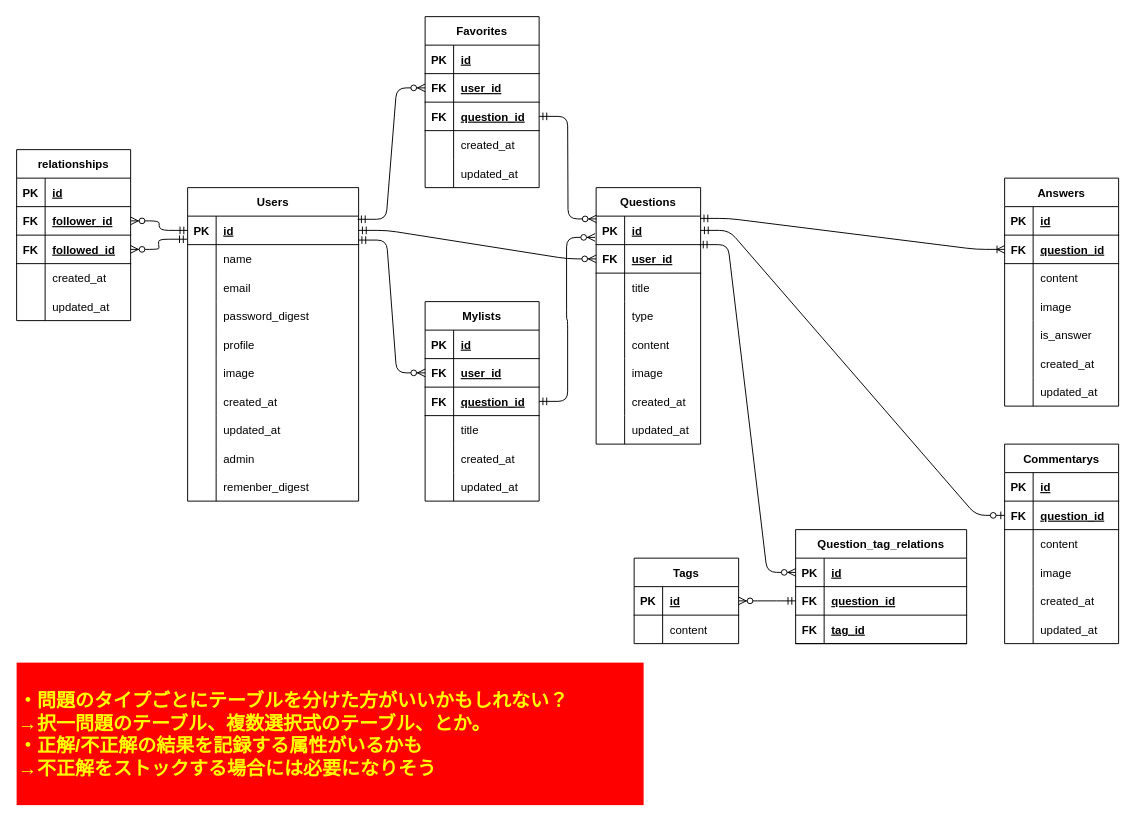
amatoosan/my_portfolio keeps this draw.io diagram as ER.drawio. Above is the earlier version. Source tidied: cells renumbered, new cells numbered last; positions are measured from the earlier drawing's top-left corner, leaving out a move shared by most shapes. Both pictures are drawn from the tidied source at 95%, with x=0, y=0 at pixel (16, 16).
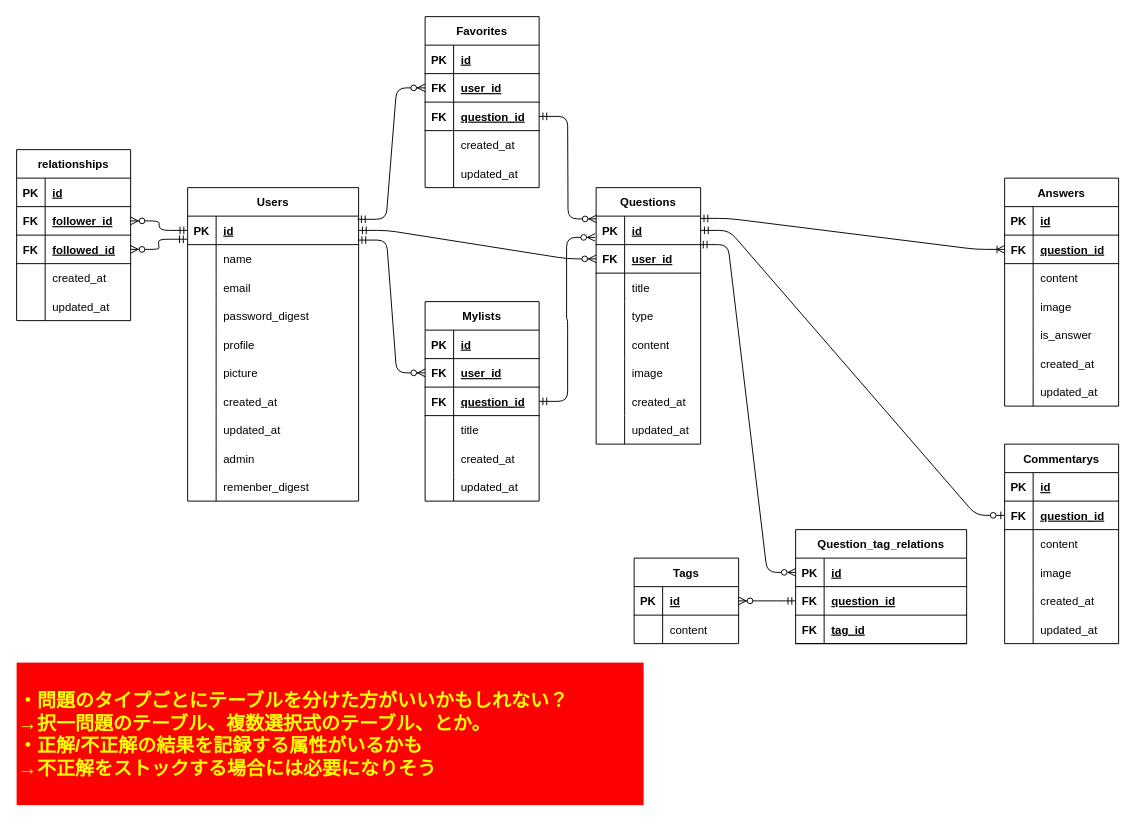
The same diagram, later.

The change refers to these unchanged cells:
```xml
<mxCell id="18" style="shape=partialRectangle;fillColor=none;top=0;left=0;bottom=0;right=0;" parent="2" vertex="1">
  <mxGeometry y="180" width="180" height="30" as="geometry" />
</mxCell>
```

Diff of the diagram source:
```diff
@@
-    <mxCell id="20" value="image" style="shape=partialRectangle;fillColor=none;top=0;left=0;bottom=0;right=0;align=left;spacingLeft=6;overflow=hidden;" parent="18" vertex="1">
+    <mxCell id="20" value="picture" style="shape=partialRectangle;fillColor=none;top=0;left=0;bottom=0;right=0;align=left;spacingLeft=6;overflow=hidden;" parent="18" vertex="1">
       <mxGeometry x="30" width="150" height="30" as="geometry" />
     </mxCell>
```
